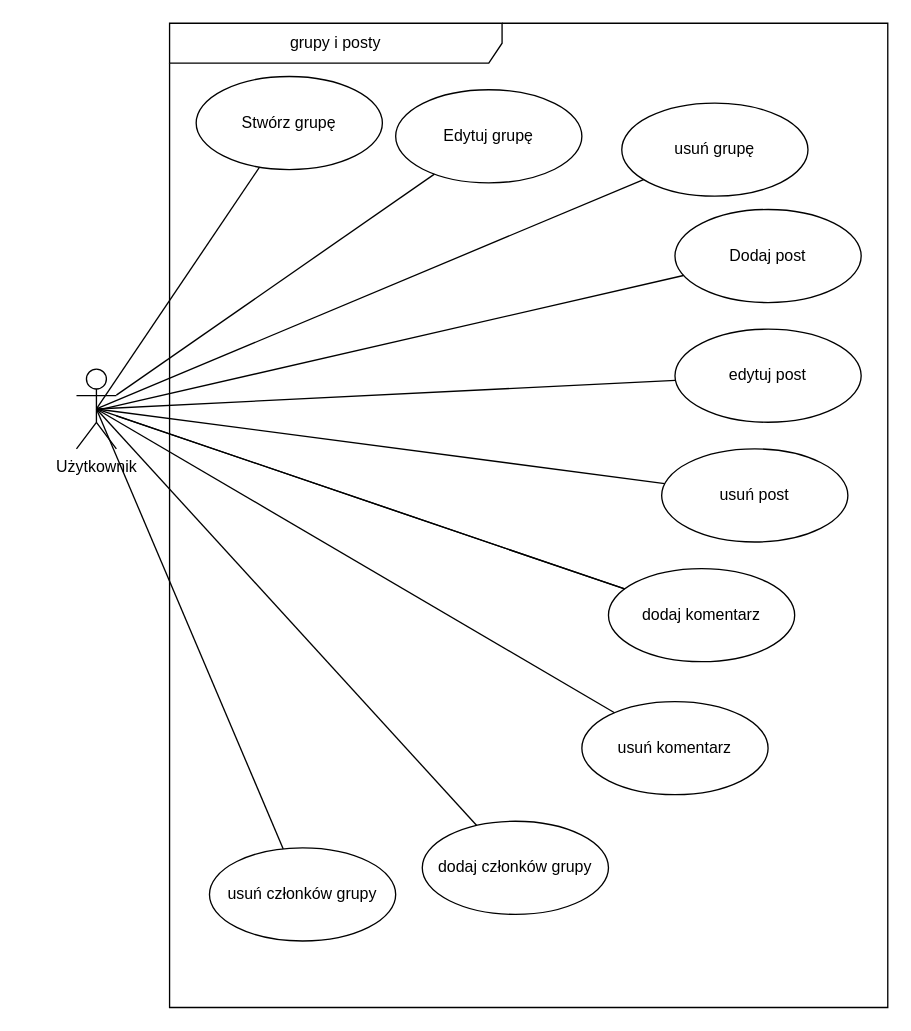
Haltie13/lokalni_app keeps this draw.io diagram as page "Moduł grup" (3 of 5) of mwo_lokalni_app.drawio. Above is the earlier version. Source tidied: cells renumbered, new cells numbered last; positions are measured from the earlier drawing's top-left corner, leaving out a move shared by most shapes. Both pictures are drawn from the tidied source at 133%, with x=0, y=0 at pixel (76, 23).
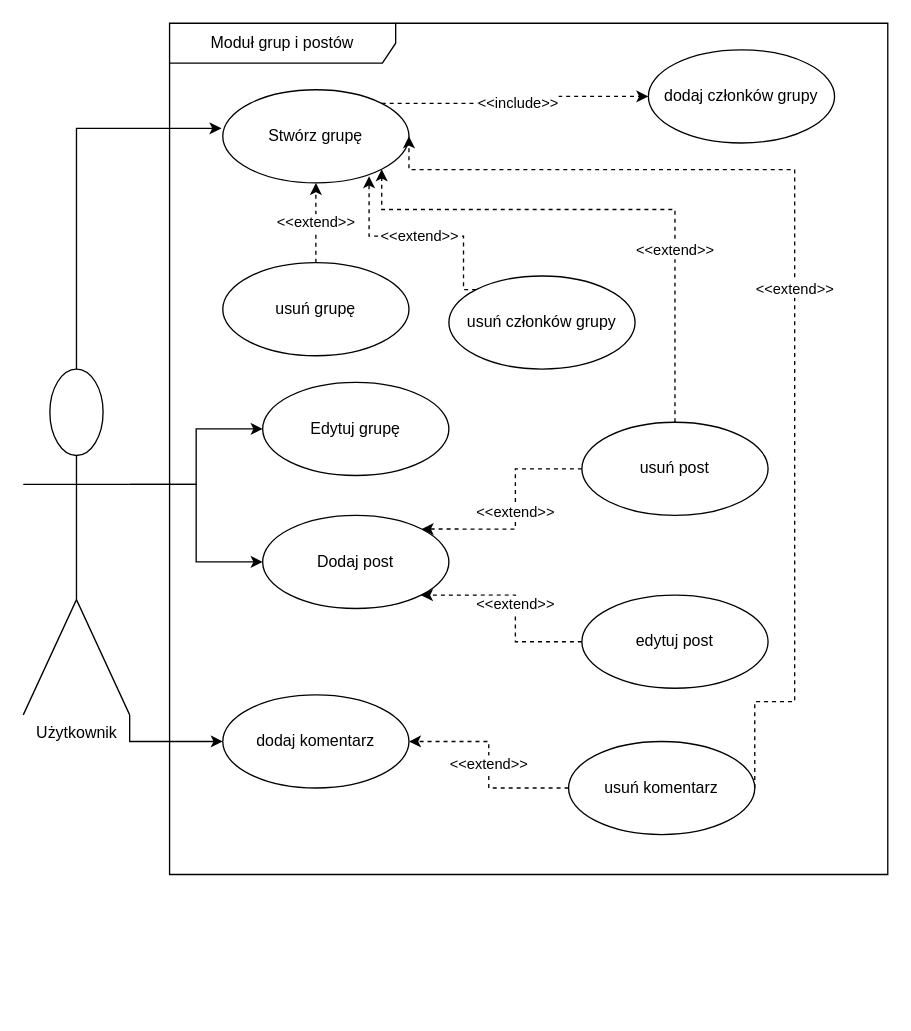
The same diagram, later.

Diff of the diagram source:
```diff
@@
+    <mxCell id="15" style="edgeStyle=orthogonalEdgeStyle;rounded=0;jettySize=auto;html=1;exitX=1;exitY=0.3333333333333333;exitDx=0;exitDy=0;exitPerimeter=0;entryX=0;entryY=0.5;entryDx=0;entryDy=0;" parent="1" edge="1" source="2" target="4">
+      <mxGeometry relative="1" as="geometry" />
+    </mxCell>
+    <mxCell id="25" style="edgeStyle=orthogonalEdgeStyle;rounded=0;jettySize=auto;html=1;exitX=1;exitY=0.3333333333333333;exitDx=0;exitDy=0;exitPerimeter=0;" parent="1" edge="1" source="2" target="6">
+      <mxGeometry relative="1" as="geometry" />
+    </mxCell>
+    <mxCell id="26" style="edgeStyle=orthogonalEdgeStyle;rounded=0;jettySize=auto;html=1;exitX=1;exitY=1;exitDx=0;exitDy=0;exitPerimeter=0;entryX=0;entryY=0.5;entryDx=0;entryDy=0;" parent="1" edge="1" source="2" target="9">
+      <mxGeometry relative="1" as="geometry" />
+    </mxCell>
     <mxCell id="2" value="Użytkownik" style="shape=umlActor;verticalLabelPosition=bottom;verticalAlign=top;html=1;outlineConnect=0;" parent="1" vertex="1">
-      <mxGeometry y="260" width="30" height="60" as="geometry" />
+      <mxGeometry x="-40" y="260" width="80" height="260" as="geometry" />
     </mxCell>
+    <mxCell id="27" value="&amp;lt;&amp;lt;include&amp;gt;&amp;gt;" style="edgeStyle=orthogonalEdgeStyle;rounded=0;jettySize=auto;html=1;exitX=1;exitY=0;exitDx=0;exitDy=0;dashed=1;" parent="1" edge="1" source="3" target="11">
+      <mxGeometry relative="1" as="geometry" />
+    </mxCell>
     <mxCell id="3" value="Stwórz grupę" style="ellipse;whiteSpace=wrap;html=1;" parent="1" vertex="1">
-      <mxGeometry x="90" y="40" width="140" height="70" as="geometry" />
+      <mxGeometry x="110" y="50" width="140" height="70" as="geometry" />
     </mxCell>
     <mxCell id="4" value="Edytuj grupę" style="ellipse;whiteSpace=wrap;html=1;" parent="1" vertex="1">
-      <mxGeometry x="240" y="50" width="140" height="70" as="geometry" />
+      <mxGeometry x="140" y="270" width="140" height="70" as="geometry" />
     </mxCell>
+    <mxCell id="28" value="&amp;lt;&amp;lt;extend&amp;gt;&amp;gt;" style="edgeStyle=orthogonalEdgeStyle;rounded=0;jettySize=auto;html=1;exitX=0.5;exitY=0;exitDx=0;exitDy=0;entryX=0.5;entryY=1;entryDx=0;entryDy=0;dashed=1;startArrow=none;startFill=0;endArrow=classic;endFill=1;" parent="1" edge="1" source="5" target="3">
+      <mxGeometry relative="1" as="geometry" />
+    </mxCell>
     <mxCell id="5" value="usuń grupę" style="ellipse;whiteSpace=wrap;html=1;" parent="1" vertex="1">
-      <mxGeometry x="410" y="60" width="140" height="70" as="geometry" />
+      <mxGeometry x="110" y="180" width="140" height="70" as="geometry" />
     </mxCell>
     <mxCell id="6" value="Dodaj post" style="ellipse;whiteSpace=wrap;html=1;" parent="1" vertex="1">
-      <mxGeometry x="450" y="140" width="140" height="70" as="geometry" />
+      <mxGeometry x="140" y="370" width="140" height="70" as="geometry" />
     </mxCell>
+    <mxCell id="29" value="&amp;lt;&amp;lt;extend&amp;gt;&amp;gt;" style="edgeStyle=orthogonalEdgeStyle;rounded=0;jettySize=auto;html=1;dashed=1;" parent="1" edge="1" source="7" target="6">
+      <mxGeometry relative="1" as="geometry">
+        <Array as="points">
+          <mxPoint x="330" y="465" />
+          <mxPoint x="330" y="430" />
+        </Array>
+      </mxGeometry>
+    </mxCell>
     <mxCell id="7" value="edytuj post" style="ellipse;whiteSpace=wrap;html=1;" parent="1" vertex="1">
-      <mxGeometry x="450" y="230" width="140" height="70" as="geometry" />
+      <mxGeometry x="380" y="430" width="140" height="70" as="geometry" />
     </mxCell>
+    <mxCell id="30" value="&amp;lt;&amp;lt;extend&amp;gt;&amp;gt;" style="edgeStyle=orthogonalEdgeStyle;rounded=0;jettySize=auto;html=1;exitX=0;exitY=0.5;exitDx=0;exitDy=0;entryX=1;entryY=0;entryDx=0;entryDy=0;dashed=1;startArrow=none;startFill=0;endArrow=classic;endFill=1;" parent="1" edge="1" source="8" target="6">
+      <mxGeometry relative="1" as="geometry">
+        <Array as="points">
+          <mxPoint x="330" y="335" />
+          <mxPoint x="330" y="380" />
+        </Array>
+      </mxGeometry>
+    </mxCell>
+    <mxCell id="31" value="&amp;lt;&amp;lt;extend&amp;gt;&amp;gt;" style="edgeStyle=orthogonalEdgeStyle;rounded=0;jettySize=auto;html=1;entryX=1;entryY=1;entryDx=0;entryDy=0;dashed=1;" parent="1" edge="1" target="3">
+      <mxGeometry x="-0.37" relative="1" as="geometry">
+        <mxPoint x="450" y="300" as="sourcePoint" />
+        <Array as="points">
+          <mxPoint x="450" y="140" />
+          <mxPoint x="230" y="140" />
+        </Array>
+      </mxGeometry>
+    </mxCell>
     <mxCell id="8" value="usuń post" style="ellipse;whiteSpace=wrap;html=1;" parent="1" vertex="1">
-      <mxGeometry x="440" y="320" width="140" height="70" as="geometry" />
+      <mxGeometry x="380" y="300" width="140" height="70" as="geometry" />
     </mxCell>
     <mxCell id="9" value="dodaj komentarz" style="ellipse;whiteSpace=wrap;html=1;" parent="1" vertex="1">
-      <mxGeometry x="400" y="410" width="140" height="70" as="geometry" />
+      <mxGeometry x="110" y="505" width="140" height="70" as="geometry" />
     </mxCell>
+    <mxCell id="32" value="&amp;lt;&amp;lt;extend&amp;gt;&amp;gt;" style="edgeStyle=orthogonalEdgeStyle;rounded=0;jettySize=auto;html=1;exitX=0;exitY=0.5;exitDx=0;exitDy=0;entryX=1;entryY=0.5;entryDx=0;entryDy=0;dashed=1;" parent="1" edge="1" source="10" target="9">
+      <mxGeometry relative="1" as="geometry" />
+    </mxCell>
+    <mxCell id="33" value="&amp;lt;&amp;lt;extend&amp;gt;&amp;gt;" style="edgeStyle=orthogonalEdgeStyle;rounded=0;jettySize=auto;html=1;exitX=1;exitY=0.5;exitDx=0;exitDy=0;entryX=1;entryY=0.5;entryDx=0;entryDy=0;dashed=1;" parent="1" edge="1" source="10" target="3">
+      <mxGeometry relative="1" as="geometry">
+        <Array as="points">
+          <mxPoint x="510" y="510" />
+          <mxPoint x="540" y="510" />
+          <mxPoint x="540" y="110" />
+          <mxPoint x="250" y="110" />
+        </Array>
+      </mxGeometry>
+    </mxCell>
     <mxCell id="10" value="usuń komentarz" style="ellipse;whiteSpace=wrap;html=1;" parent="1" vertex="1">
-      <mxGeometry x="380" y="510" width="140" height="70" as="geometry" />
+      <mxGeometry x="370" y="540" width="140" height="70" as="geometry" />
     </mxCell>
     <mxCell id="11" value="dodaj członków grupy" style="ellipse;whiteSpace=wrap;html=1;" parent="1" vertex="1">
-      <mxGeometry x="260" y="600" width="140" height="70" as="geometry" />
+      <mxGeometry x="430" y="20" width="140" height="70" as="geometry" />
     </mxCell>
+    <mxCell id="34" value="&amp;lt;&amp;lt;extend&amp;gt;&amp;gt;" style="edgeStyle=orthogonalEdgeStyle;rounded=0;jettySize=auto;html=1;exitX=0;exitY=0;exitDx=0;exitDy=0;dashed=1;" parent="1" edge="1" source="12">
+      <mxGeometry relative="1" as="geometry">
+        <mxPoint x="220" y="115" as="targetPoint" />
+        <Array as="points">
+          <mxPoint x="291" y="200" />
+          <mxPoint x="291" y="160" />
+          <mxPoint x="220" y="160" />
+          <mxPoint x="220" y="115" />
+        </Array>
+      </mxGeometry>
+    </mxCell>
     <mxCell id="12" value="usuń członków grupy" style="ellipse;whiteSpace=wrap;html=1;" parent="1" vertex="1">
-      <mxGeometry x="100" y="620" width="140" height="70" as="geometry" />
+      <mxGeometry x="280" y="190" width="140" height="70" as="geometry" />
     </mxCell>
-    <mxCell id="13" value="grupy i posty" style="shape=umlFrame;whiteSpace=wrap;html=1;width=250;height=30;" parent="1" vertex="1">
-      <mxGeometry x="70" width="540" height="740" as="geometry" />
+    <mxCell id="13" value="Moduł grup i postów" style="shape=umlFrame;whiteSpace=wrap;html=1;width=170;height=30;" parent="1" vertex="1">
+      <mxGeometry x="70" width="540" height="640" as="geometry" />
     </mxCell>
-    <mxCell id="14" style="rounded=0;jettySize=auto;html=1;endArrow=none;startFill=0;exitX=0.5;exitY=0.5;exitDx=0;exitDy=0;exitPerimeter=0;" parent="1" edge="1" source="2" target="3">
+    <mxCell id="14" style="edgeStyle=orthogonalEdgeStyle;rounded=0;jettySize=auto;html=1;exitX=0.5;exitY=0;exitDx=0;exitDy=0;exitPerimeter=0;entryX=-0.007;entryY=0.414;entryDx=0;entryDy=0;entryPerimeter=0;" parent="1" edge="1" source="2" target="3">
       <mxGeometry relative="1" as="geometry" />
     </mxCell>
-    <mxCell id="15" style="rounded=0;jettySize=auto;html=1;endArrow=none;startFill=0;" parent="1" edge="1" source="2" target="4">
-      <mxGeometry relative="1" as="geometry" />
-    </mxCell>
-    <mxCell id="16" style="rounded=0;jettySize=auto;html=1;endArrow=none;startFill=0;exitX=0.5;exitY=0.5;exitDx=0;exitDy=0;exitPerimeter=0;" parent="1" edge="1" source="2" target="5">
-      <mxGeometry relative="1" as="geometry" />
-    </mxCell>
-    <mxCell id="17" style="rounded=0;jettySize=auto;html=1;endArrow=none;startFill=0;exitX=0.5;exitY=0.5;exitDx=0;exitDy=0;exitPerimeter=0;" parent="1" edge="1" source="2" target="9">
-      <mxGeometry relative="1" as="geometry" />
-    </mxCell>
-    <mxCell id="18" style="rounded=0;jettySize=auto;html=1;endArrow=none;startFill=0;exitX=0.5;exitY=0.5;exitDx=0;exitDy=0;exitPerimeter=0;" parent="1" edge="1" source="2" target="10">
-      <mxGeometry relative="1" as="geometry" />
-    </mxCell>
-    <mxCell id="19" style="rounded=0;jettySize=auto;html=1;endArrow=none;startFill=0;exitX=0.5;exitY=0.5;exitDx=0;exitDy=0;exitPerimeter=0;" parent="1" edge="1" source="2" target="11">
-      <mxGeometry relative="1" as="geometry" />
-    </mxCell>
-    <mxCell id="20" style="rounded=0;jettySize=auto;html=1;endArrow=none;startFill=0;exitX=0.5;exitY=0.5;exitDx=0;exitDy=0;exitPerimeter=0;" parent="1" edge="1" source="2" target="12">
-      <mxGeometry relative="1" as="geometry" />
-    </mxCell>
-    <mxCell id="21" style="rounded=0;jettySize=auto;html=1;endArrow=none;startFill=0;" parent="1" edge="1" source="2" target="9">
-      <mxGeometry relative="1" as="geometry" />
-    </mxCell>
-    <mxCell id="22" style="rounded=0;jettySize=auto;html=1;endArrow=none;startFill=0;exitX=0.5;exitY=0.5;exitDx=0;exitDy=0;exitPerimeter=0;" parent="1" edge="1" source="2" target="7">
-      <mxGeometry relative="1" as="geometry" />
-    </mxCell>
-    <mxCell id="23" style="rounded=0;jettySize=auto;html=1;endArrow=none;startFill=0;" parent="1" edge="1" target="6">
-      <mxGeometry relative="1" as="geometry">
-        <mxPoint x="20" y="290" as="sourcePoint" />
-      </mxGeometry>
-    </mxCell>
-    <mxCell id="24" style="rounded=0;jettySize=auto;html=1;endArrow=none;startFill=0;exitX=0.5;exitY=0.5;exitDx=0;exitDy=0;exitPerimeter=0;" parent="1" edge="1" source="2" target="8">
-      <mxGeometry relative="1" as="geometry" />
-    </mxCell>
```
